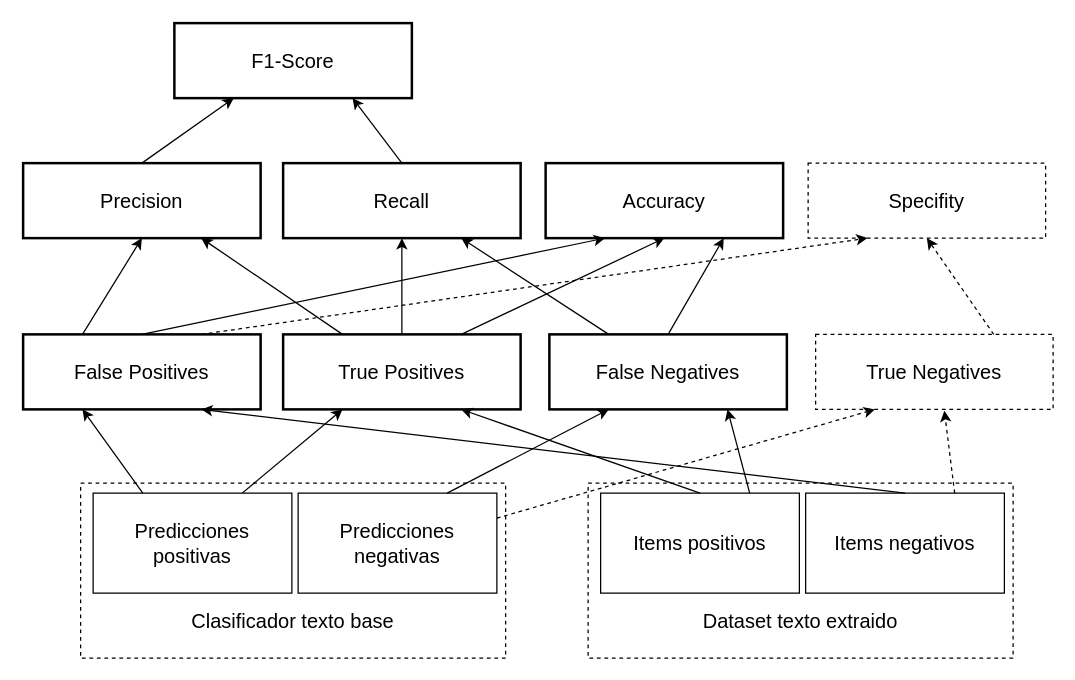
Marquez-David/TFG keeps this draw.io diagram as Book/estructuras/estructura-metricas.drawio. Above is the earlier version. Source tidied: cells renumbered, new cells numbered last; positions are measured from the earlier drawing's top-left corner, leaving out a move shared by most shapes. Both pictures are drawn from the tidied source at 125%, with x=0, y=0 at pixel (22, 22).
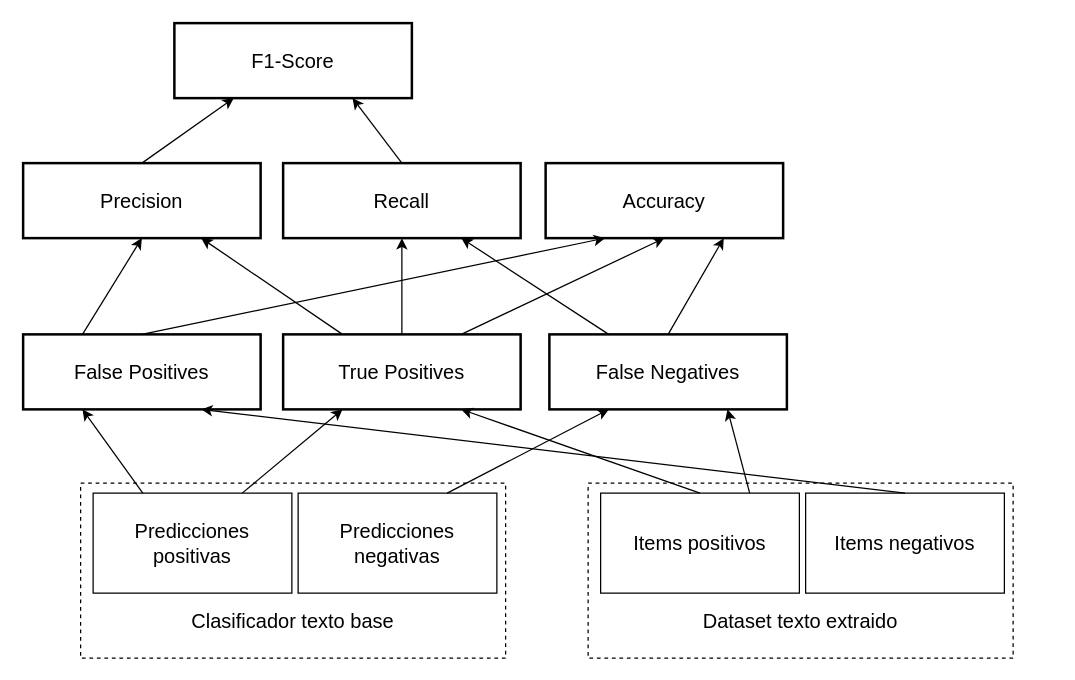
The same page after the edit.

The change refers to these unchanged cells:
```xml
<mxCell id="6" value="False Positives" style="rounded=0;whiteSpace=wrap;html=1;fontSize=16;strokeWidth=2;" parent="1" vertex="1">
  <mxGeometry y="249" width="190" height="60" as="geometry" />
</mxCell>
<mxCell id="24" value="Predicciones negativas" style="rounded=0;whiteSpace=wrap;html=1;fontSize=16;strokeWidth=1;fillColor=none;" parent="1" vertex="1">
  <mxGeometry x="220" y="376" width="159" height="80" as="geometry" />
</mxCell>
<mxCell id="27" value="Items negativos" style="rounded=0;whiteSpace=wrap;html=1;fontSize=16;strokeWidth=1;fillColor=none;" parent="1" vertex="1">
  <mxGeometry x="626" y="376" width="159" height="80" as="geometry" />
</mxCell>
```

Diff of the diagram source:
```diff
@@
-    <mxCell id="9" value="True Negatives" style="rounded=0;whiteSpace=wrap;html=1;fontSize=16;strokeWidth=1;dashed=1;" parent="1" vertex="1">
-      <mxGeometry x="634" y="249" width="190" height="60" as="geometry" />
-    </mxCell>
-    <mxCell id="10" value="Specifity" style="rounded=0;whiteSpace=wrap;html=1;fontSize=16;strokeWidth=1;dashed=1;" parent="1" vertex="1">
-      <mxGeometry x="628" y="112" width="190" height="60" as="geometry" />
-    </mxCell>
@@
-    <mxCell id="20" style="endArrow=classic;html=1;rounded=0;fontSize=16;strokeWidth=1;exitX=0.75;exitY=0;exitDx=0;exitDy=0;entryX=0.25;entryY=1;entryDx=0;entryDy=0;dashed=1;" parent="1" edge="1" source="6" target="10">
-      <mxGeometry relative="1" as="geometry" />
-    </mxCell>
-    <mxCell id="21" style="endArrow=classic;html=1;rounded=0;fontSize=16;strokeWidth=1;exitX=0.75;exitY=0;exitDx=0;exitDy=0;entryX=0.5;entryY=1;entryDx=0;entryDy=0;dashed=1;" parent="1" edge="1" source="9" target="10">
-      <mxGeometry relative="1" as="geometry" />
-    </mxCell>
@@
-    <mxCell id="30" style="endArrow=classic;html=1;rounded=0;fontSize=16;strokeWidth=1;exitX=0.75;exitY=0;exitDx=0;exitDy=0;entryX=0.542;entryY=1.017;entryDx=0;entryDy=0;entryPerimeter=0;dashed=1;" parent="1" edge="1" source="27" target="9">
-      <mxGeometry relative="1" as="geometry" />
-    </mxCell>
@@
-    <mxCell id="32" style="endArrow=classic;html=1;rounded=0;fontSize=16;strokeWidth=1;exitX=1;exitY=0.25;exitDx=0;exitDy=0;entryX=0.25;entryY=1;entryDx=0;entryDy=0;dashed=1;" parent="1" edge="1" source="24" target="9">
-      <mxGeometry relative="1" as="geometry" />
-    </mxCell>
```
